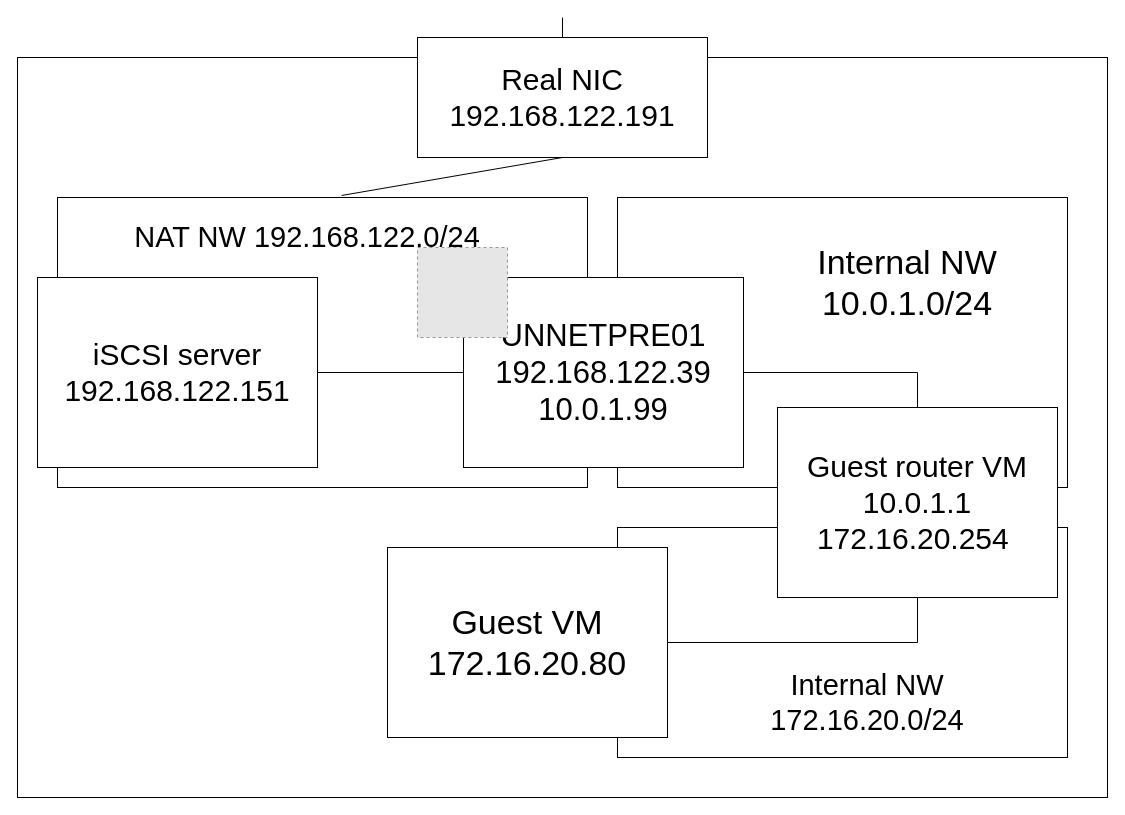
Before: presentation-2023-02-22_2.drawio in yokikim/Report-resource-linux, a draw.io diagram. Source tidied: cells renumbered, new cells numbered last; positions are measured from the earlier drawing's top-left corner, leaving out a move shared by most shapes. Both pictures are drawn from the tidied source at 100%, with x=0, y=0 at pixel (17, 17). Pictures stored in the file or linked from it are replaced by grey dashed boxes.
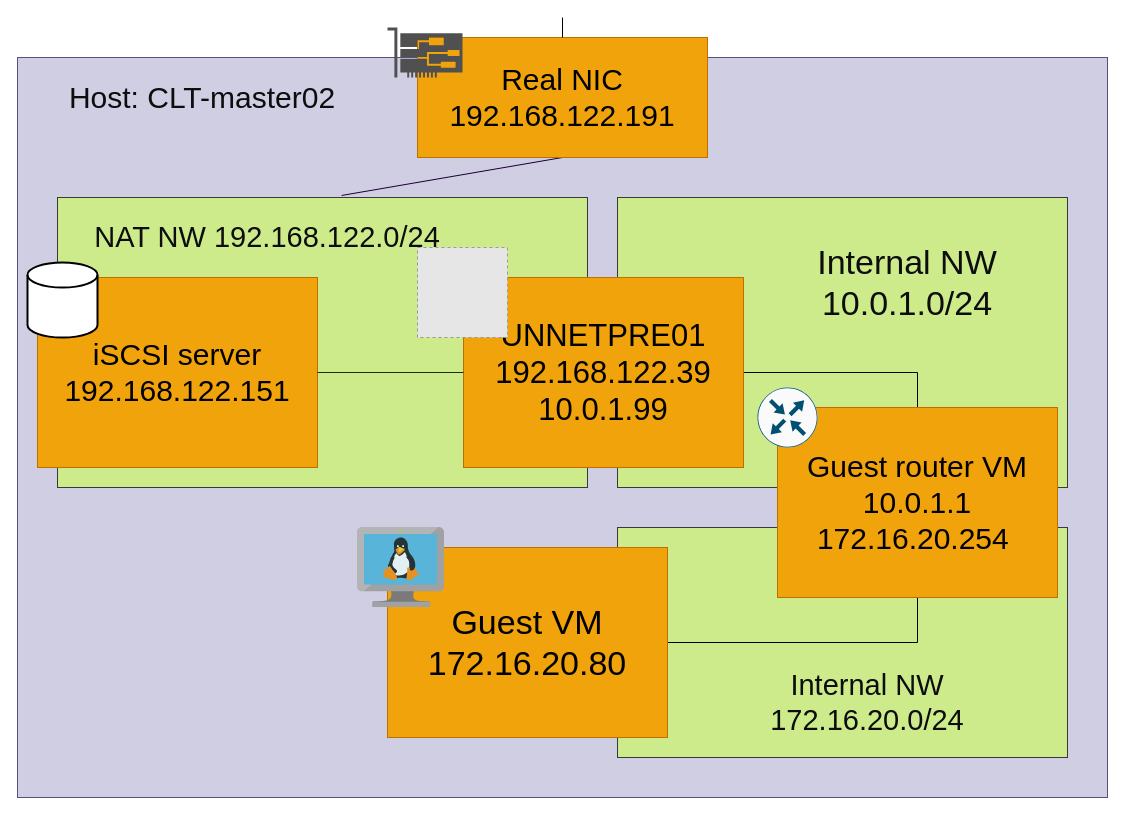
The same page after the edit.

Unchanged cells that the change refers to:
```xml
<mxCell id="4" style="rounded=0;whiteSpace=wrap;html=1;" parent="3" vertex="1">
  <mxGeometry x="400" y="20" width="290" height="120" as="geometry" />
</mxCell>
```

Change to the diagram source:
```diff
@@
-    <mxCell id="2" style="rounded=0;whiteSpace=wrap;html=1;" parent="1" vertex="1">
+    <mxCell id="2" style="rounded=0;whiteSpace=wrap;html=1;fillColor=#d0cee2;strokeColor=#56517e;" parent="1" vertex="1">
       <mxGeometry y="40" width="1090" height="740" as="geometry" />
     </mxCell>
@@
-    <mxCell id="5" style="rounded=0;whiteSpace=wrap;html=1;" parent="3" vertex="1">
+    <mxCell id="5" style="rounded=0;whiteSpace=wrap;html=1;fillColor=#cdeb8b;strokeColor=#36393d;" parent="3" vertex="1">
       <mxGeometry x="40" y="180" width="530" height="290" as="geometry" />
     </mxCell>
-    <mxCell id="6" style="rounded=0;whiteSpace=wrap;html=1;" parent="3" vertex="1">
+    <mxCell id="6" style="rounded=0;whiteSpace=wrap;html=1;fillColor=#cdeb8b;strokeColor=#36393d;" parent="3" vertex="1">
       <mxGeometry x="600" y="180" width="450" height="290" as="geometry" />
     </mxCell>
-    <mxCell id="7" style="rounded=0;whiteSpace=wrap;html=1;" parent="3" vertex="1">
+    <mxCell id="7" style="rounded=0;whiteSpace=wrap;html=1;fillColor=#cdeb8b;strokeColor=#36393d;" parent="3" vertex="1">
       <mxGeometry x="600" y="510" width="450" height="230" as="geometry" />
     </mxCell>
-    <mxCell id="8" style="endArrow=none;html=1;rounded=0;entryX=0.5;entryY=1;entryDx=0;entryDy=0;exitX=0.536;exitY=-0.007;exitDx=0;exitDy=0;exitPerimeter=0;" parent="3" edge="1" source="5" target="4">
+    <mxCell id="8" style="endArrow=none;html=1;rounded=0;entryX=0.5;entryY=1;entryDx=0;entryDy=0;exitX=0.536;exitY=-0.007;exitDx=0;exitDy=0;exitPerimeter=0;strokeColor=#190033;" parent="3" edge="1" source="5" target="4">
       <mxGeometry relative="1" as="geometry" />
     </mxCell>
@@
-    <mxCell id="11" value="&lt;font style=&quot;font-size: 31px;&quot;&gt;UNNETPRE01&lt;br&gt;192.168.122.39&lt;br&gt;10.0.1.99&lt;/font&gt;" style="rounded=0;whiteSpace=wrap;html=1;" parent="9" vertex="1">
+    <mxCell id="11" value="&lt;font style=&quot;font-size: 31px;&quot;&gt;UNNETPRE01&lt;br&gt;192.168.122.39&lt;br&gt;10.0.1.99&lt;/font&gt;" style="rounded=0;whiteSpace=wrap;html=1;fillColor=#f0a30a;strokeColor=#BD7000;fontColor=#000000;" parent="9" vertex="1">
       <mxGeometry x="446" y="260" width="280" height="190" as="geometry" />
     </mxCell>
-    <mxCell id="12" value="&lt;font style=&quot;font-size: 30px;&quot;&gt;iSCSI server&lt;br&gt;192.168.122.151&lt;/font&gt;" style="rounded=0;whiteSpace=wrap;html=1;" parent="9" vertex="1">
+    <mxCell id="12" value="&lt;font style=&quot;font-size: 30px;&quot;&gt;iSCSI server&lt;br&gt;192.168.122.151&lt;/font&gt;" style="rounded=0;whiteSpace=wrap;html=1;fillColor=#f0a30a;strokeColor=#BD7000;fontColor=#000000;" parent="9" vertex="1">
       <mxGeometry x="20" y="260" width="280" height="190" as="geometry" />
     </mxCell>
@@
-    <mxCell id="14" value="&lt;font style=&quot;font-size: 30px;&quot;&gt;Guest router VM&lt;br&gt;10.0.1.1&lt;br&gt;172.16.20.254&amp;nbsp;&lt;/font&gt;" style="rounded=0;whiteSpace=wrap;html=1;" parent="9" vertex="1">
+    <mxCell id="14" value="&lt;font style=&quot;font-size: 30px;&quot;&gt;Guest router VM&lt;br&gt;10.0.1.1&lt;br&gt;172.16.20.254&amp;nbsp;&lt;/font&gt;" style="rounded=0;whiteSpace=wrap;html=1;fillColor=#f0a30a;strokeColor=#BD7000;fontColor=#000000;" parent="9" vertex="1">
       <mxGeometry x="760" y="390" width="280" height="190" as="geometry" />
     </mxCell>
-    <mxCell id="15" value="&lt;font style=&quot;font-size: 29px;&quot;&gt;NAT NW 192.168.122.0/24&lt;/font&gt;" style="text;html=1;strokeColor=none;fillColor=none;align=center;verticalAlign=middle;whiteSpace=wrap;rounded=0;" parent="9" vertex="1">
-      <mxGeometry x="110" y="180" width="360" height="80" as="geometry" />
-    </mxCell>
-    <mxCell id="16" value="Real NIC&lt;br&gt;192.168.122.191" style="text;html=1;strokeColor=none;fillColor=none;align=center;verticalAlign=middle;whiteSpace=wrap;rounded=0;fontSize=30;" parent="9" vertex="1">
+    <mxCell id="16" value="Real NIC&lt;br&gt;192.168.122.191" style="text;html=1;strokeColor=#BD7000;fillColor=#f0a30a;align=center;verticalAlign=middle;whiteSpace=wrap;rounded=0;fontSize=30;fontColor=#000000;" parent="9" vertex="1">
       <mxGeometry x="400" y="20" width="290" height="120" as="geometry" />
     </mxCell>
-    <mxCell id="17" value="&lt;font style=&quot;font-size: 34px;&quot;&gt;Guest VM&lt;br&gt;172.16.20.80&lt;/font&gt;" style="rounded=0;whiteSpace=wrap;html=1;" parent="9" vertex="1">
+    <mxCell id="17" value="&lt;font style=&quot;font-size: 34px;&quot;&gt;Guest VM&lt;br&gt;172.16.20.80&lt;/font&gt;" style="rounded=0;whiteSpace=wrap;html=1;fillColor=#f0a30a;strokeColor=#BD7000;fontColor=#000000;" parent="9" vertex="1">
       <mxGeometry x="370" y="530" width="280" height="190" as="geometry" />
     </mxCell>
@@
-    <mxCell id="19" style="endArrow=none;html=1;rounded=0;fontSize=31;exitX=1;exitY=0.5;exitDx=0;exitDy=0;entryX=0;entryY=0.5;entryDx=0;entryDy=0;" parent="9" edge="1" source="12" target="11">
+    <mxCell id="19" style="endArrow=none;html=1;rounded=0;fontSize=31;exitX=1;exitY=0.5;exitDx=0;exitDy=0;entryX=0;entryY=0.5;entryDx=0;entryDy=0;strokeColor=#1A3300;" parent="9" edge="1" source="12" target="11">
       <mxGeometry relative="1" as="geometry" />
     </mxCell>
+    <mxCell id="22" style="endArrow=none;html=1;rounded=0;fontSize=30;entryX=0.5;entryY=0;entryDx=0;entryDy=0;" parent="9" edge="1" target="16">
+      <mxGeometry relative="1" as="geometry">
+        <mxPoint x="545" as="sourcePoint" />
+      </mxGeometry>
+    </mxCell>
+    <mxCell id="23" style="strokeWidth=2;html=1;shape=mxgraph.flowchart.database;whiteSpace=wrap;fontSize=30;" parent="9" vertex="1">
+      <mxGeometry x="10" y="245" width="70" height="75" as="geometry" />
+    </mxCell>
+    <mxCell id="24" style="sketch=0;verticalLabelPosition=bottom;html=1;verticalAlign=top;align=center;shape=mxgraph.cisco19.rect;prIcon=router;fillColor=#FAFAFA;strokeColor=#005073;fontSize=30;" parent="9" vertex="1">
+      <mxGeometry x="740" y="370" width="60" height="60" as="geometry" />
+    </mxCell>
+    <mxCell id="25" style="sketch=0;html=1;align=center;image;fontSize=12;image=img/lib/mscae/VM_Linux.svg;" parent="9" vertex="1">
+      <mxGeometry x="340" y="510" width="87" height="80" as="geometry" />
+    </mxCell>
+    <mxCell id="26" style="sketch=0;shadow=0;dashed=0;html=1;strokeColor=none;fillColor=#505050;labelPosition=center;verticalLabelPosition=bottom;verticalAlign=top;align=center;shape=mxgraph.office.devices.nic;fontSize=30;" parent="9" vertex="1">
+      <mxGeometry x="370" y="10" width="75" height="50" as="geometry" />
+    </mxCell>
+    <mxCell id="27" parent="0" />
+    <mxCell id="15" value="&lt;font style=&quot;font-size: 29px;&quot;&gt;NAT NW 192.168.122.0/24&lt;/font&gt;" style="text;html=1;align=center;verticalAlign=middle;whiteSpace=wrap;rounded=0;fontColor=#0D0D0D;" parent="27" vertex="1">
+      <mxGeometry x="70" y="180" width="360" height="80" as="geometry" />
+    </mxCell>
-    <mxCell id="20" value="&lt;font style=&quot;font-size: 34px;&quot;&gt;Internal NW&lt;br&gt;10.0.1.0/24&lt;/font&gt;" style="text;html=1;strokeColor=none;fillColor=none;align=center;verticalAlign=middle;whiteSpace=wrap;rounded=0;" parent="9" vertex="1">
+    <mxCell id="20" value="&lt;font style=&quot;font-size: 34px;&quot;&gt;Internal NW&lt;br&gt;10.0.1.0/24&lt;/font&gt;" style="text;html=1;align=center;verticalAlign=middle;whiteSpace=wrap;rounded=0;fontColor=#0D0D0D;" parent="27" vertex="1">
       <mxGeometry x="730" y="180" width="320" height="170" as="geometry" />
     </mxCell>
-    <mxCell id="21" value="&lt;font style=&quot;font-size: 29px;&quot;&gt;Internal NW&lt;br&gt;172.16.20.0/24&lt;/font&gt;" style="text;html=1;strokeColor=none;fillColor=none;align=center;verticalAlign=middle;whiteSpace=wrap;rounded=0;" parent="9" vertex="1">
+    <mxCell id="21" value="&lt;font style=&quot;font-size: 29px;&quot;&gt;Internal NW&lt;br&gt;172.16.20.0/24&lt;/font&gt;" style="text;html=1;align=center;verticalAlign=middle;whiteSpace=wrap;rounded=0;fontColor=#0D0D0D;" parent="27" vertex="1">
       <mxGeometry x="650" y="630" width="400" height="110" as="geometry" />
     </mxCell>
-    <mxCell id="22" style="endArrow=none;html=1;rounded=0;fontSize=30;entryX=0.5;entryY=0;entryDx=0;entryDy=0;" parent="9" edge="1" target="16">
-      <mxGeometry relative="1" as="geometry">
-        <mxPoint x="545" as="sourcePoint" />
-      </mxGeometry>
-    </mxCell>
+    <mxCell id="28" value="Host:&amp;nbsp;CLT-master02" style="text;html=1;align=center;verticalAlign=middle;whiteSpace=wrap;rounded=0;fontSize=30;fontColor=#0D0D0D;" parent="27" vertex="1">
+      <mxGeometry x="10" y="50" width="350" height="60" as="geometry" />
+    </mxCell>
```
